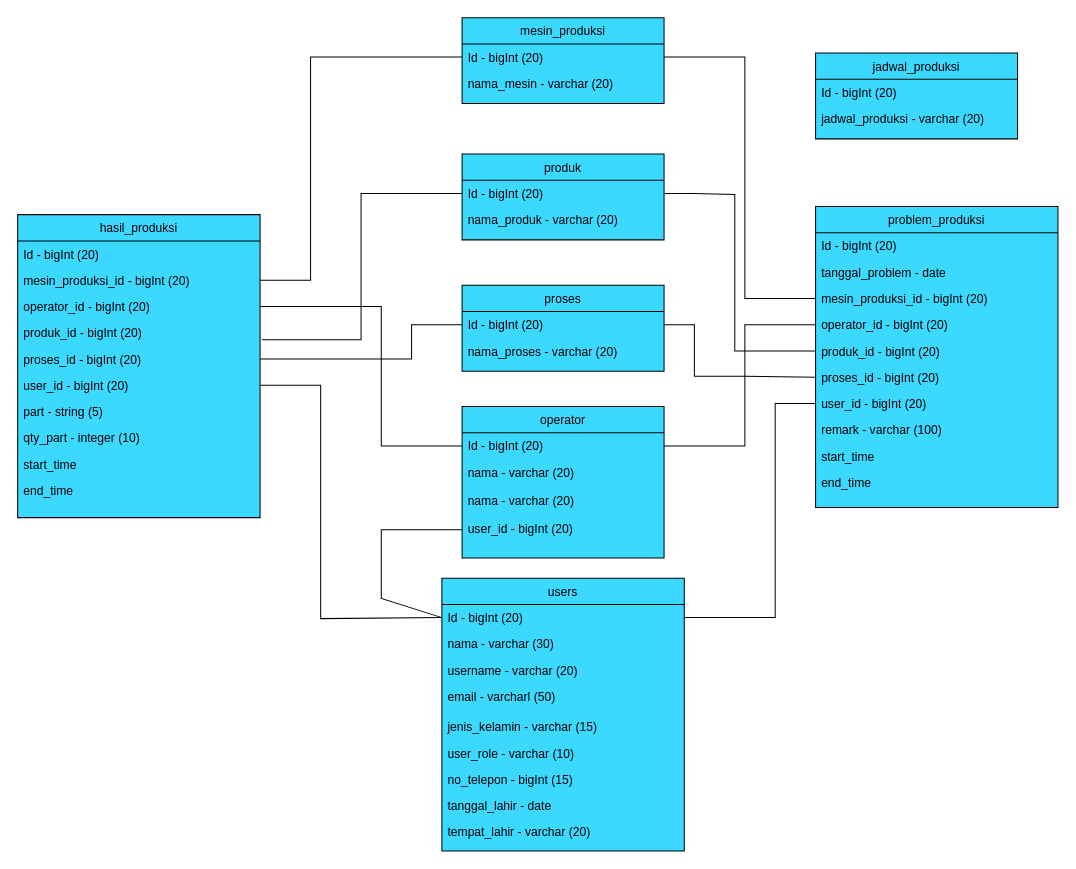
Above: class_diagram.drawio in danangsptro/manufacturing_goseki (draw.io), before the change. Source tidied: cells renumbered, new cells numbered last; positions are measured from the earlier drawing's top-left corner, leaving out a move shared by most shapes. Both pictures are drawn from the tidied source at 101%, with x=0, y=0 at pixel (17, 17).
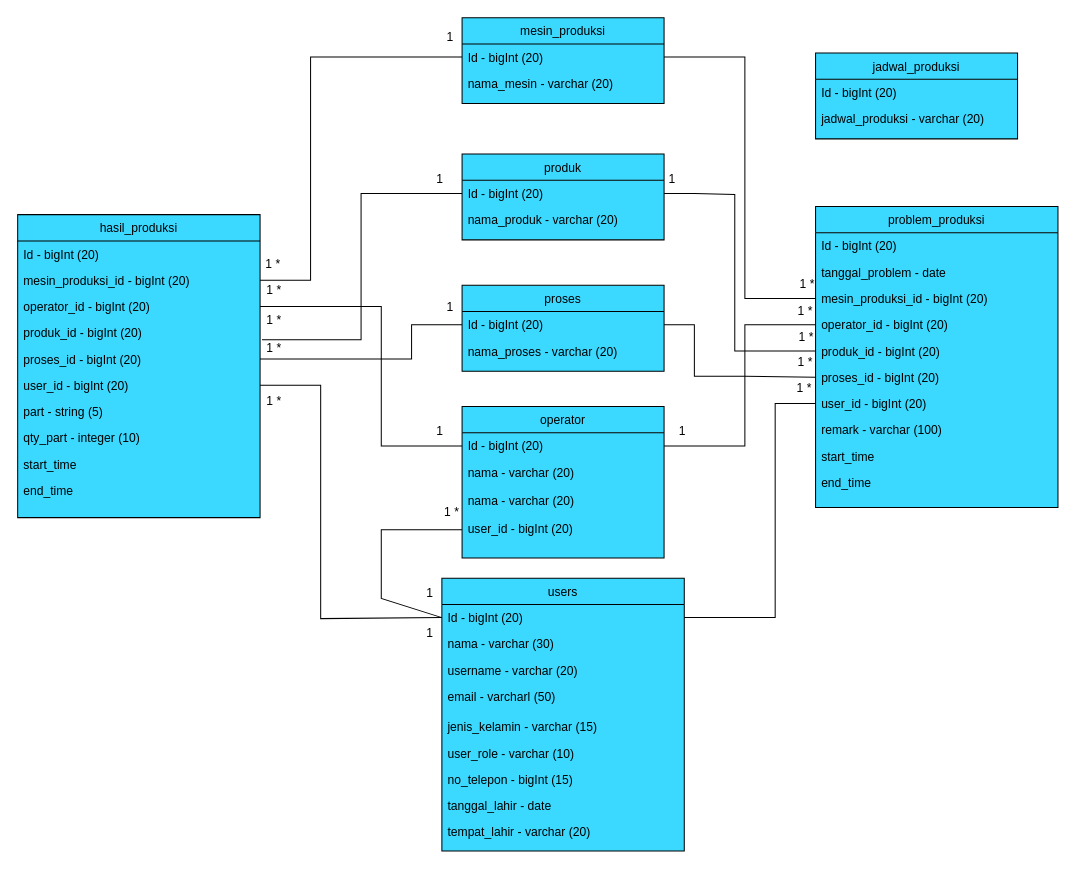
The same diagram, later.

Unchanged cells that the change refers to:
```xml
<mxCell id="24" value="Id - bigInt (20)" style="text;align=left;verticalAlign=top;spacingLeft=4;spacingRight=4;overflow=hidden;points=[[0,0.5],[1,0.5]];portConstraint=eastwest;" parent="23" vertex="1">
  <mxGeometry y="26" width="200" height="26" as="geometry" />
</mxCell>
<mxCell id="30" value="produk_id - bigInt (20)" style="text;align=left;verticalAlign=top;spacingLeft=4;spacingRight=4;overflow=hidden;points=[[0,0.5],[1,0.5]];portConstraint=eastwest;rounded=0;shadow=0;html=0;" parent="26" vertex="1">
  <mxGeometry y="104" width="240" height="26" as="geometry" />
</mxCell>
```

The edit, as a diff of the source:
```diff
@@
     <mxCell id="49" style="endArrow=none;html=1;rounded=0;entryX=0;entryY=0.5;entryDx=0;entryDy=0;exitX=1.008;exitY=0.769;exitDx=0;exitDy=0;exitPerimeter=0;" parent="1" edge="1" source="30" target="24">
       <mxGeometry relative="1" as="geometry">
         <Array as="points">
           <mxPoint x="340" y="319" />
+          <mxPoint x="340" y="245" />
           <mxPoint x="340" y="174" />
         </Array>
       </mxGeometry>
     </mxCell>
@@
+    <mxCell id="62" value="1 *" style="text;html=1;strokeColor=none;fillColor=none;align=center;verticalAlign=middle;whiteSpace=wrap;rounded=0;" parent="1" vertex="1">
+      <mxGeometry x="223" y="229" width="60" height="30" as="geometry" />
+    </mxCell>
+    <mxCell id="63" value="1 *" style="text;html=1;strokeColor=none;fillColor=none;align=center;verticalAlign=middle;whiteSpace=wrap;rounded=0;" parent="1" vertex="1">
+      <mxGeometry x="224" y="255" width="60" height="30" as="geometry" />
+    </mxCell>
+    <mxCell id="64" value="1 *" style="text;html=1;strokeColor=none;fillColor=none;align=center;verticalAlign=middle;whiteSpace=wrap;rounded=0;" parent="1" vertex="1">
+      <mxGeometry x="224" y="285" width="60" height="30" as="geometry" />
+    </mxCell>
+    <mxCell id="65" value="1 *" style="text;html=1;strokeColor=none;fillColor=none;align=center;verticalAlign=middle;whiteSpace=wrap;rounded=0;" parent="1" vertex="1">
+      <mxGeometry x="224" y="313" width="60" height="30" as="geometry" />
+    </mxCell>
+    <mxCell id="66" value="1 *" style="text;html=1;strokeColor=none;fillColor=none;align=center;verticalAlign=middle;whiteSpace=wrap;rounded=0;" parent="1" vertex="1">
+      <mxGeometry x="224" y="365" width="60" height="30" as="geometry" />
+    </mxCell>
+    <mxCell id="67" value="1 *" style="text;html=1;strokeColor=none;fillColor=none;align=center;verticalAlign=middle;whiteSpace=wrap;rounded=0;" parent="1" vertex="1">
+      <mxGeometry x="400" y="475" width="60" height="30" as="geometry" />
+    </mxCell>
+    <mxCell id="68" value="1 *" style="text;html=1;strokeColor=none;fillColor=none;align=center;verticalAlign=middle;whiteSpace=wrap;rounded=0;" parent="1" vertex="1">
+      <mxGeometry x="749" y="352" width="60" height="30" as="geometry" />
+    </mxCell>
+    <mxCell id="69" value="1 *" style="text;html=1;strokeColor=none;fillColor=none;align=center;verticalAlign=middle;whiteSpace=wrap;rounded=0;" parent="1" vertex="1">
+      <mxGeometry x="750" y="326" width="60" height="30" as="geometry" />
+    </mxCell>
+    <mxCell id="70" value="1 *" style="text;html=1;strokeColor=none;fillColor=none;align=center;verticalAlign=middle;whiteSpace=wrap;rounded=0;" parent="1" vertex="1">
+      <mxGeometry x="751" y="302" width="60" height="30" as="geometry" />
+    </mxCell>
+    <mxCell id="71" value="1 *" style="text;html=1;strokeColor=none;fillColor=none;align=center;verticalAlign=middle;whiteSpace=wrap;rounded=0;" parent="1" vertex="1">
+      <mxGeometry x="750" y="276" width="60" height="30" as="geometry" />
+    </mxCell>
+    <mxCell id="72" value="1 *" style="text;html=1;strokeColor=none;fillColor=none;align=center;verticalAlign=middle;whiteSpace=wrap;rounded=0;" parent="1" vertex="1">
+      <mxGeometry x="752" y="249" width="60" height="30" as="geometry" />
+    </mxCell>
+    <mxCell id="73" value="1&amp;nbsp;" style="text;html=1;strokeColor=none;fillColor=none;align=center;verticalAlign=middle;whiteSpace=wrap;rounded=0;" parent="1" vertex="1">
+      <mxGeometry x="630" y="395" width="60" height="30" as="geometry" />
+    </mxCell>
+    <mxCell id="74" value="1&amp;nbsp;" style="text;html=1;strokeColor=none;fillColor=none;align=center;verticalAlign=middle;whiteSpace=wrap;rounded=0;" parent="1" vertex="1">
+      <mxGeometry x="390" y="395" width="60" height="30" as="geometry" />
+    </mxCell>
+    <mxCell id="75" value="1&amp;nbsp;" style="text;html=1;strokeColor=none;fillColor=none;align=center;verticalAlign=middle;whiteSpace=wrap;rounded=0;" parent="1" vertex="1">
+      <mxGeometry x="380" y="555" width="60" height="30" as="geometry" />
+    </mxCell>
+    <mxCell id="76" value="1&amp;nbsp;" style="text;html=1;strokeColor=none;fillColor=none;align=center;verticalAlign=middle;whiteSpace=wrap;rounded=0;" parent="1" vertex="1">
+      <mxGeometry x="400" y="272" width="60" height="30" as="geometry" />
+    </mxCell>
+    <mxCell id="77" value="1&amp;nbsp;" style="text;html=1;strokeColor=none;fillColor=none;align=center;verticalAlign=middle;whiteSpace=wrap;rounded=0;" parent="1" vertex="1">
+      <mxGeometry x="620" y="145" width="60" height="30" as="geometry" />
+    </mxCell>
+    <mxCell id="78" value="1&amp;nbsp;" style="text;html=1;strokeColor=none;fillColor=none;align=center;verticalAlign=middle;whiteSpace=wrap;rounded=0;" parent="1" vertex="1">
+      <mxGeometry x="390" y="145" width="60" height="30" as="geometry" />
+    </mxCell>
+    <mxCell id="79" value="1&amp;nbsp;" style="text;html=1;strokeColor=none;fillColor=none;align=center;verticalAlign=middle;whiteSpace=wrap;rounded=0;" parent="1" vertex="1">
+      <mxGeometry x="400" y="5" width="60" height="30" as="geometry" />
+    </mxCell>
+    <mxCell id="80" value="1&amp;nbsp;" style="text;html=1;strokeColor=none;fillColor=none;align=center;verticalAlign=middle;whiteSpace=wrap;rounded=0;" parent="1" vertex="1">
+      <mxGeometry x="380" y="595" width="60" height="30" as="geometry" />
+    </mxCell>
```
